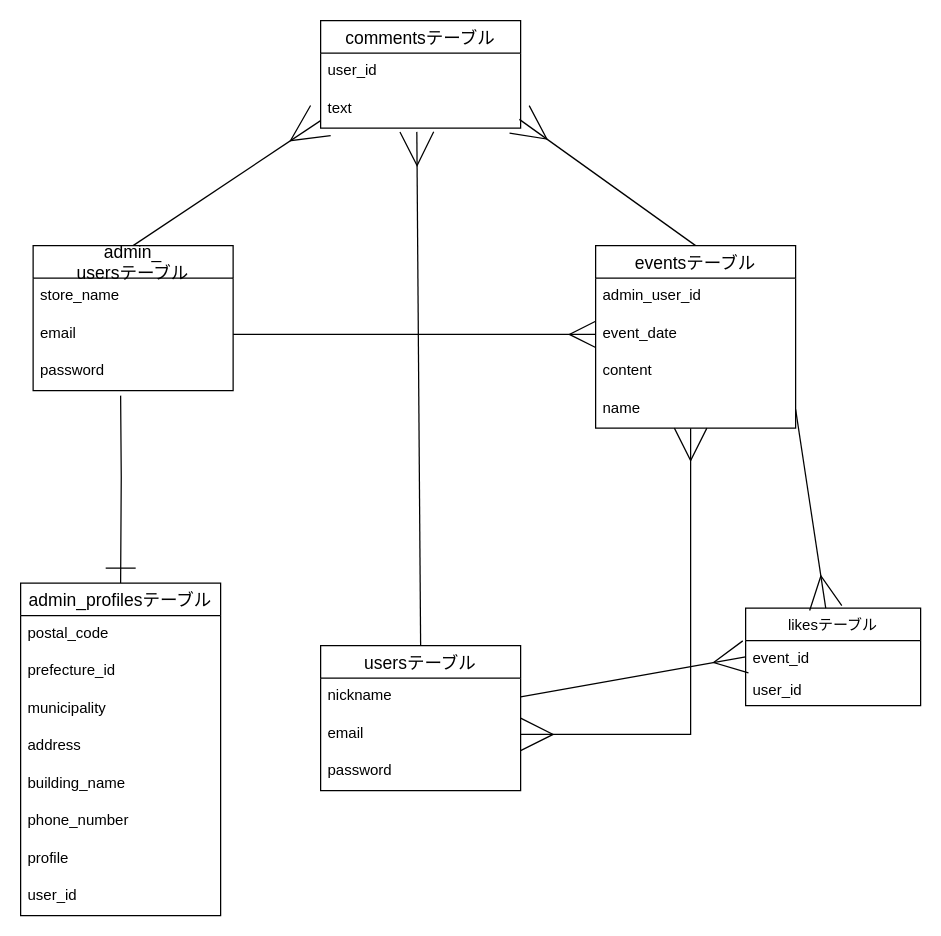
Above: cipher.dio in hayato-lang/cipher (draw.io), before the change. Source tidied: cells renumbered, new cells numbered last; positions are measured from the earlier drawing's top-left corner, leaving out a move shared by most shapes. Both pictures are drawn from the tidied source at 125%, with x=0, y=0 at pixel (20, 20).
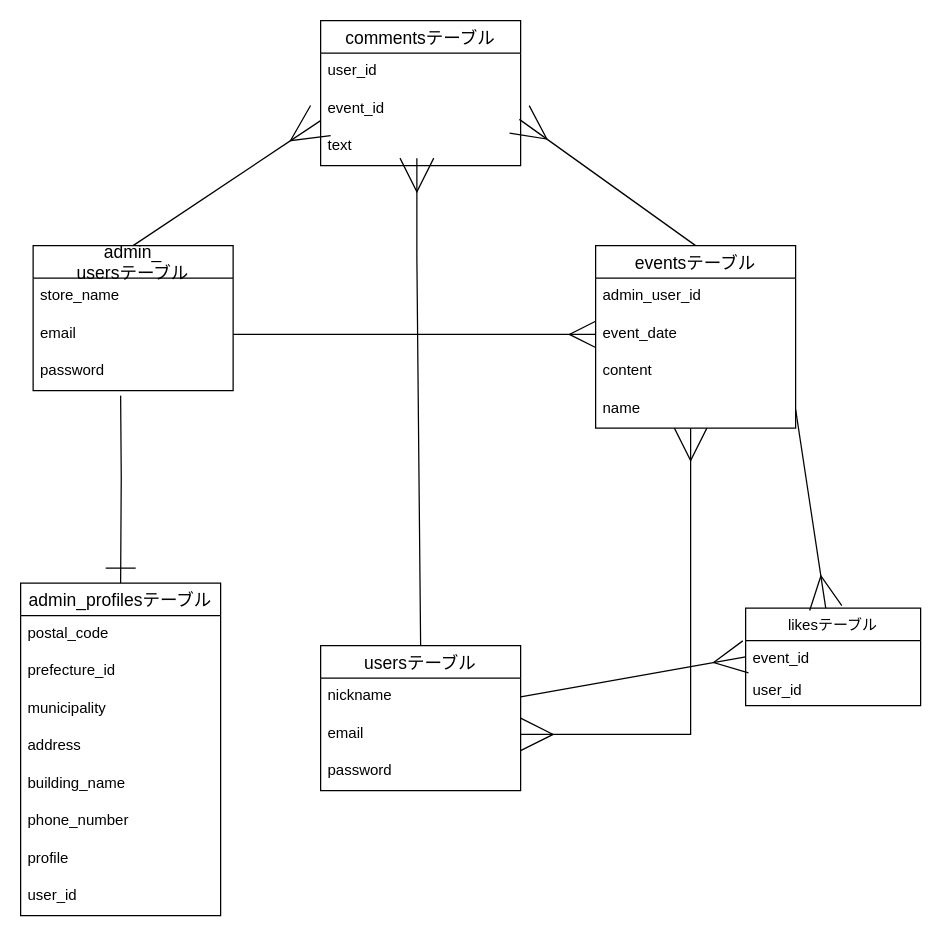
The same page after the edit.

Unchanged cells that the change refers to:
```xml
<mxCell id="28" value="usersテーブル" style="swimlane;fontStyle=0;horizontal=1;startSize=26;align=center;fontSize=14;" parent="1" vertex="1">
  <mxGeometry x="240" y="500" width="160" height="116" as="geometry" />
</mxCell>
```

The edit, as a diff of the source:
```diff
@@
     <mxCell id="2" value="commentsテーブル" style="swimlane;fontStyle=0;horizontal=1;startSize=26;align=center;fontSize=14;" parent="1" vertex="1">
-      <mxGeometry x="240" width="160" height="86" as="geometry" />
+      <mxGeometry x="240" width="160" height="116" as="geometry" />
     </mxCell>
@@
-    <mxCell id="4" value="text" style="text;strokeColor=none;fillColor=none;spacingLeft=4;spacingRight=4;overflow=hidden;points=[[0,0.5],[1,0.5]];portConstraint=eastwest;fontSize=12;" parent="2" vertex="1">
+    <mxCell id="4" value="event_id" style="text;strokeColor=none;fillColor=none;spacingLeft=4;spacingRight=4;overflow=hidden;points=[[0,0.5],[1,0.5]];portConstraint=eastwest;fontSize=12;" parent="2" vertex="1">
       <mxGeometry y="56" width="160" height="30" as="geometry" />
     </mxCell>
+    <mxCell id="38" value="text" style="text;strokeColor=none;fillColor=none;spacingLeft=4;spacingRight=4;overflow=hidden;fontSize=12;" parent="2" vertex="1">
+      <mxGeometry y="86" width="160" height="30" as="geometry" />
+    </mxCell>
@@
-    <mxCell id="27" style="edgeStyle=none;rounded=0;jettySize=auto;html=1;exitX=0.5;exitY=0;exitDx=0;exitDy=0;entryX=0.481;entryY=1.1;entryDx=0;entryDy=0;entryPerimeter=0;endArrow=ERmany;endFill=0;startSize=24;endSize=25;sourcePerimeterSpacing=22;targetPerimeterSpacing=-12;" parent="1" edge="1" source="28" target="4">
-      <mxGeometry relative="1" as="geometry" />
+    <mxCell id="27" style="edgeStyle=none;rounded=0;jettySize=auto;html=1;exitX=0.5;exitY=0;exitDx=0;exitDy=0;endArrow=ERmany;endFill=0;startSize=24;endSize=25;sourcePerimeterSpacing=22;targetPerimeterSpacing=-12;" parent="1" edge="1" source="28">
+      <mxGeometry relative="1" as="geometry">
+        <mxPoint x="317" y="110" as="targetPoint" />
+        <Array as="points">
+          <mxPoint x="317" y="190" />
+        </Array>
+      </mxGeometry>
     </mxCell>
```
